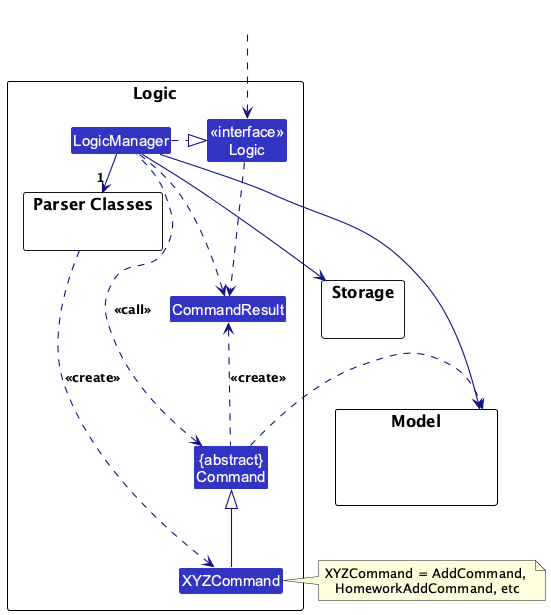
Before: docs/images/LogicClassDiagram.png, a diagram exported from PlantUML (AY2627S1-CS2103-F12-1/tp). The source it was exported from:
```plantuml
@startuml
!include style.puml
skinparam arrowThickness 1.1
skinparam arrowColor LOGIC_COLOR_T4
skinparam classBackgroundColor LOGIC_COLOR

package Logic as LogicPackage {

package "Parser Classes" as ParserClasses{
}
Class XYZCommand
Class CommandResult
Class "{abstract}\nCommand" as Command


Class "<<interface>>\nLogic" as Logic
Class LogicManager
}

package Model {
Class HiddenModel #FFFFFF
}

package Storage {
}

Class HiddenOutside #FFFFFF
HiddenOutside ..> Logic

LogicManager .right.|> Logic
LogicManager -right->"1" ParserClasses
ParserClasses ..> XYZCommand : <<create>>

XYZCommand -up-|> Command
LogicManager .left.> Command : <<call>>

LogicManager --> Model
LogicManager --> Storage
Storage --[hidden] Model
Command .[hidden]up.> Storage
Command .right.> Model
note right of XYZCommand: XYZCommand = AddCommand, \nHomeworkAddCommand, etc

Logic ..> CommandResult
LogicManager .down.> CommandResult
Command .up.> CommandResult : <<create>>
@enduml
```
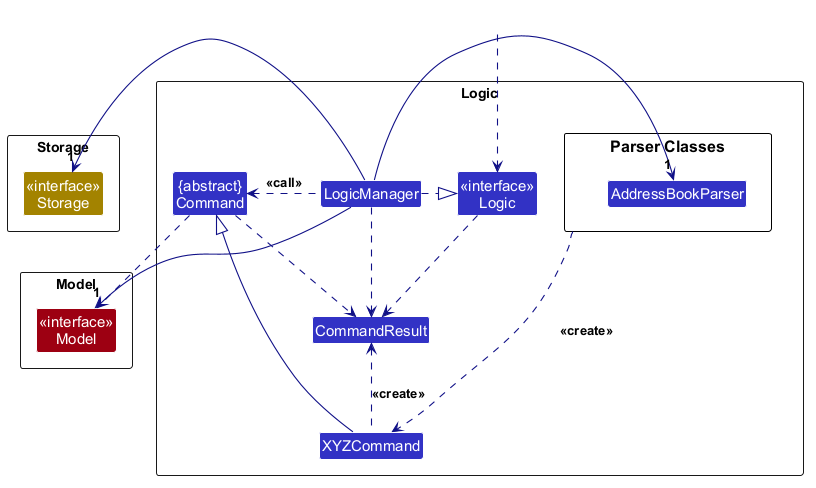
After the change.

Diff of the diagram source:
```diff
@@ -7,6 +7,7 @@
 package Logic as LogicPackage {
 
 package "Parser Classes" as ParserClasses{
+Class AddressBookParser
 }
 Class XYZCommand
 Class CommandResult
@@ -17,31 +18,32 @@
 Class LogicManager
 }
 
-package Model {
-Class HiddenModel #FFFFFF
+package Model as ModelPackage {
+Class "<<interface>>\nModel" as Model MODEL_COLOR
 }
 
-package Storage {
+package Storage as StoragePackage {
+Class "<<interface>>\nStorage" as Storage STORAGE_COLOR
 }
 
 Class HiddenOutside #FFFFFF
 HiddenOutside ..> Logic
 
 LogicManager .right.|> Logic
-LogicManager -right->"1" ParserClasses
+LogicManager -right->"1" AddressBookParser
 ParserClasses ..> XYZCommand : <<create>>
 
 XYZCommand -up-|> Command
 LogicManager .left.> Command : <<call>>
 
-LogicManager --> Model
-LogicManager --> Storage
+LogicManager --> "1" Model
+LogicManager --> "1" Storage
 Storage --[hidden] Model
 Command .[hidden]up.> Storage
 Command .right.> Model
-note right of XYZCommand: XYZCommand = AddCommand, \nHomeworkAddCommand, etc
 
 Logic ..> CommandResult
 LogicManager .down.> CommandResult
-Command .up.> CommandResult : <<create>>
+XYZCommand .up.> CommandResult : <<create>>
+Command ..> CommandResult
 @enduml
```
